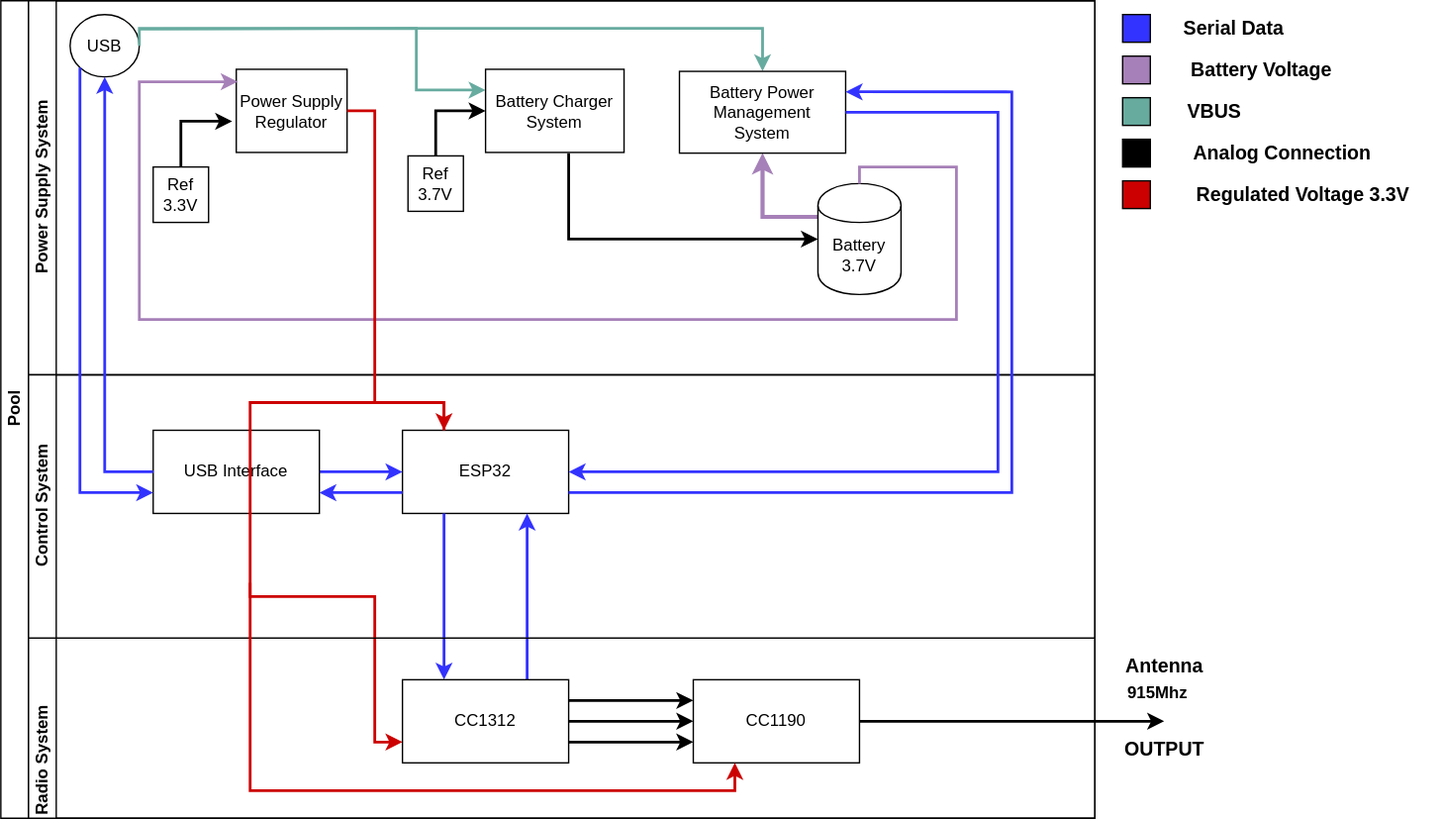
Earlier version of the draw.io export documentation/ES/imple_pic/Hardware-Block.svg (btcven/locha). Source tidied: cells renumbered, new cells last; positions are measured from the earlier drawing's top-left corner, leaving out a move shared by most shapes. Source of this version:
```xml
<mxGraphModel>
  <root>
    <mxCell id="0" />
    <mxCell id="1" parent="0" />
    <mxCell id="2" value="Pool" style="swimlane;html=1;horizontal=0;startSize=20;" parent="1" vertex="1">
      <mxGeometry width="790" height="590" as="geometry" />
    </mxCell>
    <mxCell id="3" value="&lt;div&gt;Power Supply System&lt;/div&gt;" style="swimlane;html=1;startSize=20;horizontal=0;" parent="2" vertex="1">
      <mxGeometry x="20" width="770" height="270" as="geometry" />
    </mxCell>
    <mxCell id="4" value="&lt;div&gt;USB&lt;/div&gt;" style="ellipse;whiteSpace=wrap;html=1;" parent="3" vertex="1">
      <mxGeometry x="30" y="10" width="50" height="45" as="geometry" />
    </mxCell>
    <mxCell id="5" style="edgeStyle=orthogonalEdgeStyle;rounded=0;jettySize=auto;html=1;entryX=-0.037;entryY=0.625;entryDx=0;entryDy=0;entryPerimeter=0;strokeWidth=2;" parent="3" edge="1" source="11" target="10">
      <mxGeometry relative="1" as="geometry">
        <Array as="points">
          <mxPoint x="110" y="87" />
        </Array>
      </mxGeometry>
    </mxCell>
    <mxCell id="6" style="edgeStyle=orthogonalEdgeStyle;rounded=0;jettySize=auto;html=1;entryX=0;entryY=0.25;entryDx=0;entryDy=0;exitX=1;exitY=0.5;exitDx=0;exitDy=0;strokeColor=#67AB9F;strokeWidth=2;" parent="3" edge="1" target="14">
      <mxGeometry relative="1" as="geometry">
        <mxPoint x="80" y="20.5" as="sourcePoint" />
        <Array as="points">
          <mxPoint x="90" y="21" />
          <mxPoint x="280" y="20" />
          <mxPoint x="280" y="65" />
        </Array>
      </mxGeometry>
    </mxCell>
    <mxCell id="7" style="edgeStyle=orthogonalEdgeStyle;rounded=0;jettySize=auto;html=1;exitX=0;exitY=0.3;exitDx=0;exitDy=0;entryX=0.5;entryY=1;entryDx=0;entryDy=0;strokeColor=#A680B8;strokeWidth=3;" parent="3" edge="1" source="12" target="16">
      <mxGeometry relative="1" as="geometry">
        <Array as="points">
          <mxPoint x="530" y="156" />
        </Array>
      </mxGeometry>
    </mxCell>
    <mxCell id="8" style="edgeStyle=orthogonalEdgeStyle;rounded=0;jettySize=auto;html=1;exitX=0.5;exitY=0;exitDx=0;exitDy=0;entryX=0;entryY=0.5;entryDx=0;entryDy=0;strokeWidth=2;" parent="3" edge="1" source="13" target="14">
      <mxGeometry relative="1" as="geometry" />
    </mxCell>
    <mxCell id="9" style="edgeStyle=orthogonalEdgeStyle;rounded=0;jettySize=auto;html=1;strokeWidth=2;" parent="3" edge="1" target="12">
      <mxGeometry relative="1" as="geometry">
        <mxPoint x="390" y="110" as="sourcePoint" />
        <Array as="points">
          <mxPoint x="390" y="172" />
        </Array>
      </mxGeometry>
    </mxCell>
    <mxCell id="10" value="Power Supply Regulator" style="rounded=0;whiteSpace=wrap;html=1;fontFamily=Helvetica;fontSize=12;fontColor=#000000;align=center;" parent="3" vertex="1">
      <mxGeometry x="150" y="49.5" width="80" height="60" as="geometry" />
    </mxCell>
    <mxCell id="11" value="&lt;div&gt;Ref&lt;/div&gt;&lt;div&gt;3.3V&lt;/div&gt;" style="whiteSpace=wrap;html=1;" parent="3" vertex="1">
      <mxGeometry x="90" y="120" width="40" height="40" as="geometry" />
    </mxCell>
    <mxCell id="12" value="&lt;div&gt;Battery&lt;/div&gt;&lt;div&gt;3.7V&lt;br&gt;&lt;/div&gt;" style="shape=cylinder;whiteSpace=wrap;html=1;boundedLbl=1;backgroundOutline=1;" parent="3" vertex="1">
      <mxGeometry x="570" y="132" width="60" height="80" as="geometry" />
    </mxCell>
    <mxCell id="13" value="&lt;div&gt;Ref&lt;/div&gt;&lt;div&gt;3.7V&lt;/div&gt;" style="whiteSpace=wrap;html=1;" parent="3" vertex="1">
      <mxGeometry x="274" y="112" width="40" height="40" as="geometry" />
    </mxCell>
    <mxCell id="14" value="Battery Charger System" style="rounded=0;whiteSpace=wrap;html=1;fontFamily=Helvetica;fontSize=12;fontColor=#000000;align=center;" parent="3" vertex="1">
      <mxGeometry x="330" y="49.5" width="100" height="60" as="geometry" />
    </mxCell>
    <mxCell id="15" style="edgeStyle=orthogonalEdgeStyle;rounded=0;jettySize=auto;html=1;exitX=1;exitY=0.5;exitDx=0;exitDy=0;entryX=0.5;entryY=0;entryDx=0;entryDy=0;strokeColor=#67AB9F;strokeWidth=2;" parent="3" edge="1" source="4" target="16">
      <mxGeometry relative="1" as="geometry">
        <Array as="points">
          <mxPoint x="80" y="20" />
          <mxPoint x="530" y="20" />
        </Array>
      </mxGeometry>
    </mxCell>
    <mxCell id="16" value="&lt;div&gt;Battery Power Management&lt;/div&gt;&lt;div&gt;System&lt;br&gt;&lt;/div&gt;" style="rounded=0;whiteSpace=wrap;html=1;" parent="3" vertex="1">
      <mxGeometry x="470" y="51" width="120" height="59" as="geometry" />
    </mxCell>
    <mxCell id="17" style="edgeStyle=orthogonalEdgeStyle;rounded=0;jettySize=auto;html=1;exitX=0.5;exitY=0;exitDx=0;exitDy=0;entryX=0.013;entryY=0.15;entryDx=0;entryDy=0;entryPerimeter=0;strokeColor=#A680B8;strokeWidth=2;" parent="3" edge="1" source="12" target="10">
      <mxGeometry relative="1" as="geometry">
        <Array as="points">
          <mxPoint x="600" y="120" />
          <mxPoint x="670" y="120" />
          <mxPoint x="670" y="230" />
          <mxPoint x="80" y="230" />
          <mxPoint x="80" y="59" />
        </Array>
      </mxGeometry>
    </mxCell>
    <mxCell id="18" value="Control System" style="swimlane;html=1;startSize=20;horizontal=0;" parent="2" vertex="1">
      <mxGeometry x="20" y="270" width="770" height="190" as="geometry" />
    </mxCell>
    <mxCell id="19" value="ESP32" style="rounded=0;whiteSpace=wrap;html=1;" parent="18" vertex="1">
      <mxGeometry x="270" y="40" width="120" height="60" as="geometry" />
    </mxCell>
    <mxCell id="20" style="edgeStyle=orthogonalEdgeStyle;rounded=0;jettySize=auto;html=1;exitX=1;exitY=0.5;exitDx=0;exitDy=0;entryX=0;entryY=0.5;entryDx=0;entryDy=0;strokeColor=#3333FF;strokeWidth=2;" parent="18" edge="1" source="22" target="19">
      <mxGeometry relative="1" as="geometry" />
    </mxCell>
    <mxCell id="21" style="edgeStyle=orthogonalEdgeStyle;rounded=0;jettySize=auto;html=1;exitX=0;exitY=0.75;exitDx=0;exitDy=0;entryX=1;entryY=0.75;entryDx=0;entryDy=0;strokeColor=#3333FF;strokeWidth=2;" parent="18" edge="1" source="19" target="22">
      <mxGeometry relative="1" as="geometry" />
    </mxCell>
    <mxCell id="22" value="USB Interface" style="rounded=0;whiteSpace=wrap;html=1;" parent="18" vertex="1">
      <mxGeometry x="90" y="40" width="120" height="60" as="geometry" />
    </mxCell>
    <mxCell id="23" style="edgeStyle=orthogonalEdgeStyle;rounded=0;jettySize=auto;html=1;exitX=1;exitY=0.5;exitDx=0;exitDy=0;entryX=0.25;entryY=0;entryDx=0;entryDy=0;strokeColor=#CC0000;strokeWidth=2;" parent="2" edge="1" source="10" target="19">
      <mxGeometry relative="1" as="geometry">
        <Array as="points">
          <mxPoint x="270" y="80" />
          <mxPoint x="270" y="290" />
          <mxPoint x="320" y="290" />
        </Array>
      </mxGeometry>
    </mxCell>
    <mxCell id="24" style="edgeStyle=orthogonalEdgeStyle;rounded=0;jettySize=auto;html=1;exitX=0.25;exitY=1;exitDx=0;exitDy=0;entryX=0.25;entryY=0;entryDx=0;entryDy=0;strokeColor=#3333FF;strokeWidth=2;" parent="2" edge="1" source="19" target="35">
      <mxGeometry relative="1" as="geometry" />
    </mxCell>
    <mxCell id="25" style="edgeStyle=orthogonalEdgeStyle;rounded=0;jettySize=auto;html=1;exitX=0.75;exitY=0;exitDx=0;exitDy=0;entryX=0.75;entryY=1;entryDx=0;entryDy=0;strokeColor=#3333FF;strokeWidth=2;" parent="2" edge="1" source="35" target="19">
      <mxGeometry relative="1" as="geometry" />
    </mxCell>
    <mxCell id="26" style="edgeStyle=orthogonalEdgeStyle;rounded=0;jettySize=auto;html=1;exitX=1;exitY=0.5;exitDx=0;exitDy=0;entryX=1;entryY=0.5;entryDx=0;entryDy=0;strokeColor=#3333FF;strokeWidth=2;" parent="2" edge="1" source="16" target="19">
      <mxGeometry relative="1" as="geometry">
        <Array as="points">
          <mxPoint x="720" y="81" />
          <mxPoint x="720" y="340" />
        </Array>
      </mxGeometry>
    </mxCell>
    <mxCell id="27" style="edgeStyle=orthogonalEdgeStyle;rounded=0;jettySize=auto;html=1;exitX=1;exitY=0.75;exitDx=0;exitDy=0;entryX=1;entryY=0.25;entryDx=0;entryDy=0;strokeColor=#3333FF;strokeWidth=2;" parent="2" edge="1" source="19" target="16">
      <mxGeometry relative="1" as="geometry">
        <Array as="points">
          <mxPoint x="730" y="355" />
          <mxPoint x="730" y="66" />
        </Array>
      </mxGeometry>
    </mxCell>
    <mxCell id="28" style="edgeStyle=orthogonalEdgeStyle;rounded=0;jettySize=auto;html=1;exitX=0;exitY=0.5;exitDx=0;exitDy=0;entryX=0.5;entryY=1;entryDx=0;entryDy=0;strokeColor=#3333FF;strokeWidth=2;" parent="2" edge="1" source="22" target="4">
      <mxGeometry relative="1" as="geometry" />
    </mxCell>
    <mxCell id="29" style="edgeStyle=orthogonalEdgeStyle;rounded=0;jettySize=auto;html=1;exitX=0;exitY=1;exitDx=0;exitDy=0;entryX=0;entryY=0.75;entryDx=0;entryDy=0;strokeColor=#3333FF;strokeWidth=2;" parent="2" edge="1" source="4" target="22">
      <mxGeometry relative="1" as="geometry">
        <Array as="points">
          <mxPoint x="57" y="355" />
        </Array>
      </mxGeometry>
    </mxCell>
    <mxCell id="30" style="edgeStyle=orthogonalEdgeStyle;rounded=0;jettySize=auto;html=1;exitX=0.25;exitY=0;exitDx=0;exitDy=0;entryX=0;entryY=0.75;entryDx=0;entryDy=0;strokeColor=#CC0000;strokeWidth=2;" parent="2" edge="1" source="19" target="35">
      <mxGeometry relative="1" as="geometry">
        <Array as="points">
          <mxPoint x="320" y="290" />
          <mxPoint x="180" y="290" />
          <mxPoint x="180" y="430" />
          <mxPoint x="270" y="430" />
          <mxPoint x="270" y="535" />
        </Array>
      </mxGeometry>
    </mxCell>
    <mxCell id="31" value="&lt;div align=&quot;left&quot;&gt;Radio System&lt;br&gt;&lt;/div&gt;" style="swimlane;html=1;startSize=20;horizontal=0;align=left;" parent="2" vertex="1">
      <mxGeometry x="20" y="460" width="770" height="130" as="geometry" />
    </mxCell>
    <mxCell id="32" style="edgeStyle=orthogonalEdgeStyle;rounded=0;jettySize=auto;html=1;exitX=1;exitY=0.25;exitDx=0;exitDy=0;entryX=0;entryY=0.25;entryDx=0;entryDy=0;strokeColor=#000000;strokeWidth=2;" parent="31" edge="1" source="35" target="36">
      <mxGeometry relative="1" as="geometry" />
    </mxCell>
    <mxCell id="33" style="edgeStyle=orthogonalEdgeStyle;rounded=0;jettySize=auto;html=1;exitX=1;exitY=0.75;exitDx=0;exitDy=0;entryX=0;entryY=0.75;entryDx=0;entryDy=0;strokeColor=#000000;strokeWidth=2;" parent="31" edge="1" source="35" target="36">
      <mxGeometry relative="1" as="geometry" />
    </mxCell>
    <mxCell id="34" style="edgeStyle=orthogonalEdgeStyle;rounded=0;jettySize=auto;html=1;exitX=1;exitY=0.5;exitDx=0;exitDy=0;entryX=0;entryY=0.5;entryDx=0;entryDy=0;strokeColor=#000000;strokeWidth=2;" parent="31" edge="1" source="35" target="36">
      <mxGeometry relative="1" as="geometry" />
    </mxCell>
    <mxCell id="35" value="CC1312" style="rounded=0;whiteSpace=wrap;html=1;" parent="31" vertex="1">
      <mxGeometry x="270" y="30" width="120" height="60" as="geometry" />
    </mxCell>
    <mxCell id="36" value="CC1190" style="rounded=0;whiteSpace=wrap;html=1;" parent="31" vertex="1">
      <mxGeometry x="480" y="30" width="120" height="60" as="geometry" />
    </mxCell>
    <mxCell id="37" style="rounded=0;whiteSpace=wrap;html=1;fillColor=#3333FF;" parent="1" vertex="1">
      <mxGeometry x="810" y="10" width="20" height="20" as="geometry" />
    </mxCell>
    <mxCell id="38" style="rounded=0;whiteSpace=wrap;html=1;fillColor=#A680B8;" parent="1" vertex="1">
      <mxGeometry x="810" y="40" width="20" height="20" as="geometry" />
    </mxCell>
    <mxCell id="39" style="rounded=0;whiteSpace=wrap;html=1;fillColor=#67AB9F;" parent="1" vertex="1">
      <mxGeometry x="810" y="70" width="20" height="20" as="geometry" />
    </mxCell>
    <mxCell id="40" style="rounded=0;whiteSpace=wrap;html=1;fillColor=#000000;" parent="1" vertex="1">
      <mxGeometry x="810" y="100" width="20" height="20" as="geometry" />
    </mxCell>
    <mxCell id="41" value="&lt;b&gt;&lt;font style=&quot;font-size: 14px&quot;&gt;Serial Data&lt;/font&gt;&lt;/b&gt;" style="text;html=1;align=center;verticalAlign=middle;" parent="1" vertex="1">
      <mxGeometry x="840" y="10" width="100" height="20" as="geometry" />
    </mxCell>
    <mxCell id="42" value="&lt;b&gt;&lt;font style=&quot;font-size: 14px&quot;&gt;Battery Voltage&lt;/font&gt;&lt;/b&gt;" style="text;html=1;align=center;verticalAlign=middle;" parent="1" vertex="1">
      <mxGeometry x="840" y="40" width="140" height="20" as="geometry" />
    </mxCell>
    <mxCell id="43" value="&lt;b&gt;&lt;font style=&quot;font-size: 14px&quot;&gt;Analog Connection&lt;/font&gt;&lt;/b&gt;" style="text;html=1;align=center;verticalAlign=middle;" parent="1" vertex="1">
      <mxGeometry x="845" y="100" width="160" height="20" as="geometry" />
    </mxCell>
    <mxCell id="44" value="&lt;font size=&quot;1&quot;&gt;&lt;b style=&quot;font-size: 14px&quot;&gt;VBUS&lt;/b&gt;&lt;/font&gt;" style="text;html=1;align=center;verticalAlign=middle;" parent="1" vertex="1">
      <mxGeometry x="846" y="70" width="60" height="20" as="geometry" />
    </mxCell>
    <mxCell id="45" style="rounded=0;whiteSpace=wrap;html=1;fillColor=#CC0000;" parent="1" vertex="1">
      <mxGeometry x="810" y="130" width="20" height="20" as="geometry" />
    </mxCell>
    <mxCell id="46" value="&lt;font size=&quot;1&quot;&gt;&lt;b style=&quot;font-size: 14px&quot;&gt;Regulated Voltage 3.3V&lt;/b&gt;&lt;/font&gt;" style="text;html=1;align=center;verticalAlign=middle;" parent="1" vertex="1">
      <mxGeometry x="840" y="130" width="200" height="20" as="geometry" />
    </mxCell>
    <mxCell id="47" style="edgeStyle=orthogonalEdgeStyle;rounded=0;jettySize=auto;html=1;exitX=0.25;exitY=1;exitDx=0;exitDy=0;strokeColor=#CC0000;strokeWidth=2;entryX=0.25;entryY=1;entryDx=0;entryDy=0;" parent="1" edge="1" target="36">
      <mxGeometry relative="1" as="geometry">
        <mxPoint x="180" y="420" as="sourcePoint" />
        <Array as="points">
          <mxPoint x="180" y="570" />
          <mxPoint x="530" y="570" />
        </Array>
      </mxGeometry>
    </mxCell>
    <mxCell id="48" style="edgeStyle=orthogonalEdgeStyle;rounded=0;jettySize=auto;html=1;exitX=1;exitY=0.5;exitDx=0;exitDy=0;strokeColor=#000000;strokeWidth=2;" parent="1" edge="1" source="36">
      <mxGeometry relative="1" as="geometry">
        <mxPoint x="840" y="520" as="targetPoint" />
      </mxGeometry>
    </mxCell>
    <mxCell id="49" value="&lt;font size=&quot;1&quot;&gt;&lt;b style=&quot;font-size: 14px&quot;&gt;Antenna&lt;/b&gt;&lt;/font&gt;" style="text;html=1;align=center;verticalAlign=middle;" parent="1" vertex="1">
      <mxGeometry x="800" y="470" width="80" height="20" as="geometry" />
    </mxCell>
    <mxCell id="50" value="&lt;b&gt;915Mhz&lt;/b&gt;" style="text;html=1;align=center;verticalAlign=middle;" parent="1" vertex="1">
      <mxGeometry x="800" y="490" width="70" height="20" as="geometry" />
    </mxCell>
    <mxCell id="51" value="&lt;font size=&quot;1&quot;&gt;&lt;b style=&quot;font-size: 14px&quot;&gt;OUTPUT&lt;/b&gt;&lt;/font&gt;" style="text;html=1;align=center;verticalAlign=middle;" parent="1" vertex="1">
      <mxGeometry x="800" y="530" width="80" height="20" as="geometry" />
    </mxCell>
  </root>
</mxGraphModel>
```
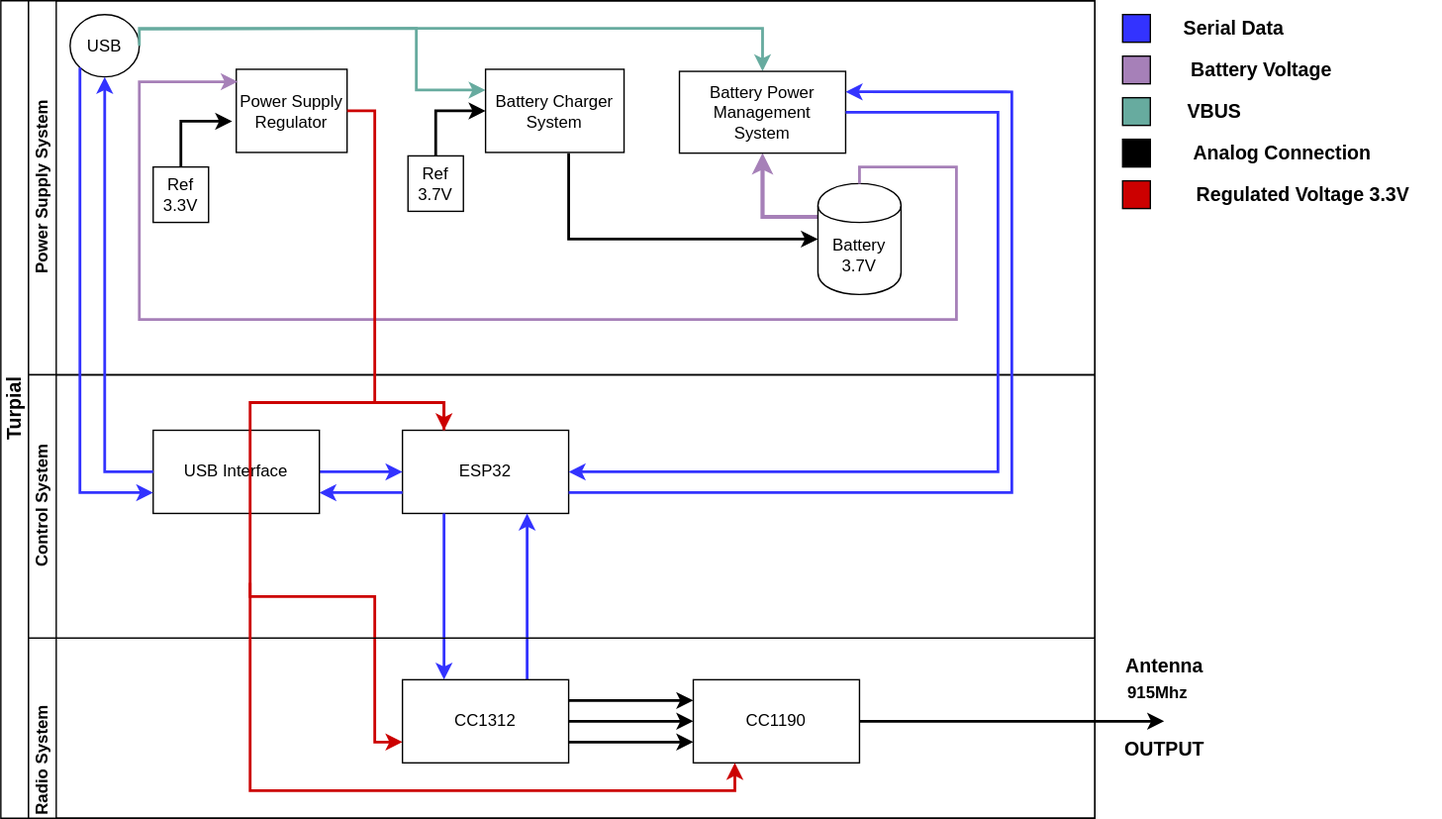
The same diagram one commit later.

Diff of the diagram source:
```diff
@@ -2,7 +2,7 @@
   <root>
     <mxCell id="0" />
     <mxCell id="1" parent="0" />
-    <mxCell id="2" value="Pool" style="swimlane;html=1;horizontal=0;startSize=20;" parent="1" vertex="1">
+    <mxCell id="2" value="&lt;font style=&quot;font-size: 14px&quot;&gt;Turpial&lt;/font&gt;" style="swimlane;html=1;horizontal=0;startSize=20;" parent="1" vertex="1">
       <mxGeometry width="790" height="590" as="geometry" />
     </mxCell>
     <mxCell id="3" value="&lt;div&gt;Power Supply System&lt;/div&gt;" style="swimlane;html=1;startSize=20;horizontal=0;" parent="2" vertex="1">
```
